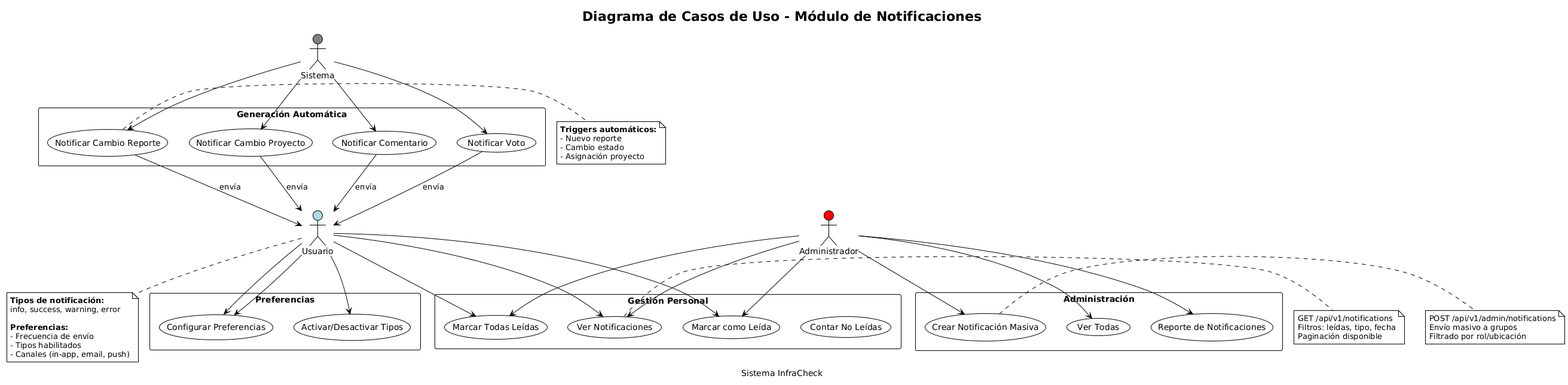
Before: images/diagramas_plantuml/CASOUSO_NOTIFICACIONES.png, a diagram exported from PlantUML (Linich14/G3-INFO1173-Infracheck).
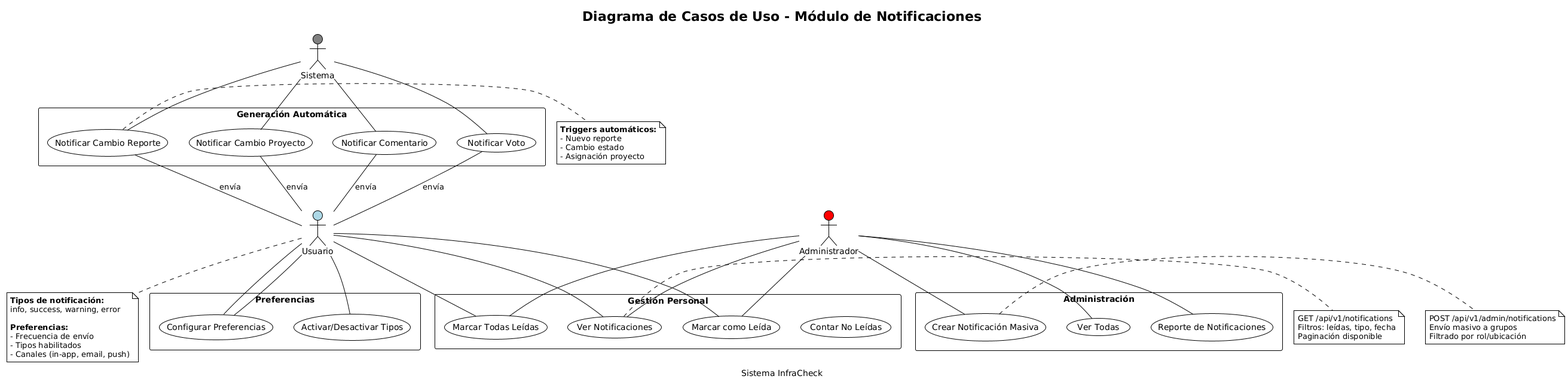
The same file after the commit.

Diff of the diagram source:
```diff
@@ -37,31 +37,31 @@
 }
 
 
-usuario --> UC1
-usuario --> UC2
-usuario --> UC3
-usuario --> UC5
+usuario -- UC1
+usuario -- UC2
+usuario -- UC3
+usuario -- UC5
 
-usuario --> UC5
-usuario --> UC6
+usuario -- UC5
+usuario -- UC6
 
-admin --> UC7
-admin --> UC8
-admin --> UC9
+admin -- UC7
+admin -- UC8
+admin -- UC9
 
-admin --> UC1
-admin --> UC2
-admin --> UC3
+admin -- UC1
+admin -- UC2
+admin -- UC3
 
-sistema --> UC10
-sistema --> UC11
-sistema --> UC12
-sistema --> UC13
+sistema -- UC10
+sistema -- UC11
+sistema -- UC12
+sistema -- UC13
 
-UC10 --> usuario : envía
-UC11 --> usuario : envía
-UC12 --> usuario : envía
-UC13 --> usuario : envía
+UC10 -- usuario : envía
+UC11 -- usuario : envía
+UC12 -- usuario : envía
+UC13 -- usuario : envía
 
 
 note right of UC1
```
